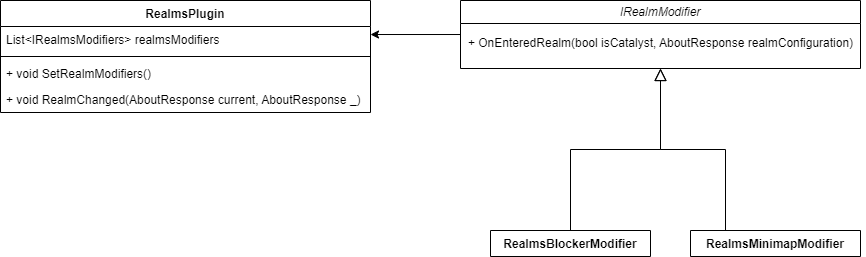
Earlier version of the draw.io export public/resources/ADR-125/Realms_Plugin_UML.png (decentraland/adr). Source tidied: cells renumbered, new cells last; positions are measured from the earlier drawing's top-left corner, leaving out a move shared by most shapes.
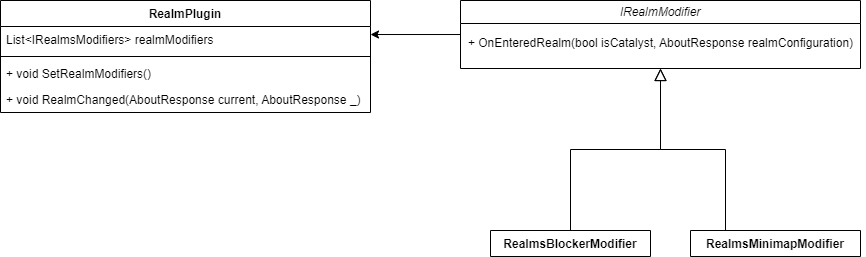
The same file after the commit.

The edit, as a diff of the source:
```diff
@@ -25,10 +25,10 @@
     <mxCell id="8" value="&lt;pre style=&quot;&quot;&gt;&lt;span style=&quot;background-color: rgb(255, 255, 255);&quot;&gt;&lt;font style=&quot;font-size: 12px;&quot; face=&quot;Helvetica&quot;&gt;+ OnEnteredRealm(bool isCatalyst, AboutResponse realmConfiguration)&lt;/font&gt;&lt;/span&gt;&lt;/pre&gt;" style="text;html=1;align=center;verticalAlign=middle;strokeColor=none;fillColor=none;" parent="7" vertex="1">
       <mxGeometry x="-5" y="18" width="410" height="50" as="geometry" />
     </mxCell>
-    <mxCell id="9" value="RealmsPlugin" style="swimlane;fontStyle=1;align=center;verticalAlign=top;horizontal=1;startSize=26;labelBackgroundColor=#FFFFFF;fontColor=#000000;" parent="1" vertex="1">
+    <mxCell id="9" value="RealmPlugin" style="swimlane;fontStyle=1;align=center;verticalAlign=top;horizontal=1;startSize=26;labelBackgroundColor=#FFFFFF;fontColor=#000000;" parent="1" vertex="1">
       <mxGeometry width="370" height="112" as="geometry" />
     </mxCell>
-    <mxCell id="10" value="List&lt;IRealmsModifiers&gt; realmsModifiers" style="text;strokeColor=none;fillColor=none;align=left;verticalAlign=top;spacingLeft=4;spacingRight=4;overflow=hidden;points=[[0,0.5],[1,0.5]];portConstraint=eastwest;labelBackgroundColor=#FFFFFF;fontColor=#000000;" parent="9" vertex="1">
+    <mxCell id="10" value="List&lt;IRealmsModifiers&gt; realmModifiers" style="text;strokeColor=none;fillColor=none;align=left;verticalAlign=top;spacingLeft=4;spacingRight=4;overflow=hidden;points=[[0,0.5],[1,0.5]];portConstraint=eastwest;labelBackgroundColor=#FFFFFF;fontColor=#000000;" parent="9" vertex="1">
       <mxGeometry y="26" width="370" height="26" as="geometry" />
     </mxCell>
     <mxCell id="11" style="line;strokeWidth=1;fillColor=none;align=left;verticalAlign=middle;spacingTop=-1;spacingLeft=3;spacingRight=3;labelPosition=right;strokeColor=inherit;labelBackgroundColor=#FFFFFF;fontColor=#000000;" parent="9" vertex="1">
```
